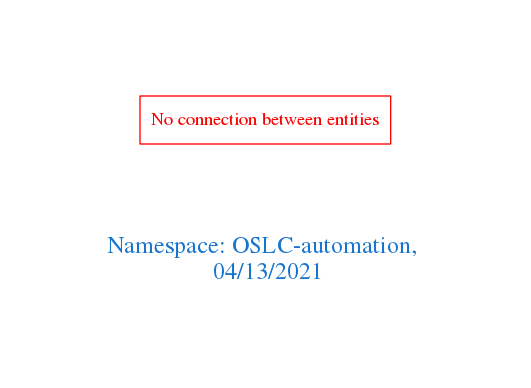
arago/OGIT keeps this Graphviz diagram as downloads/OSLC-automation.png. Above is the earlier version. Its source is kept beside it as downloads/OSLC-automation.dot. Source of this version:
```dot
digraph OGIT_ontology {
 graph [ rankdir= LR,pad=1
fontsize = 18,
fontcolor= dodgerblue3,label = "\n\n\nNamespace: OSLC-automation, \n 04/13/2021"];
node[shape=polygon];
edge [  color="gray81"];

"No connection between entities" [fontcolor = "red",color="red", shape="polygon"]
}
```
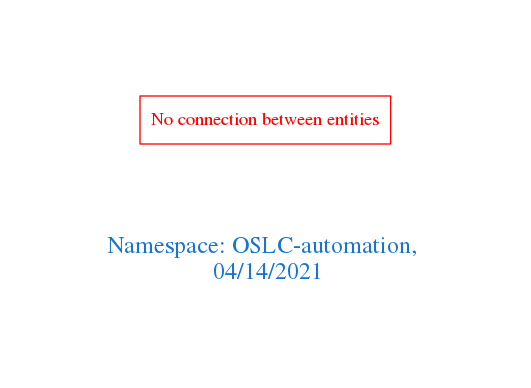
Above is the later version.

Change to the diagram source:
```diff
@@ -1,7 +1,7 @@
 digraph OGIT_ontology {
  graph [ rankdir= LR,pad=1
 fontsize = 18,
-fontcolor= dodgerblue3,label = "\n\n\nNamespace: OSLC-automation, \n 04/13/2021"];
+fontcolor= dodgerblue3,label = "\n\n\nNamespace: OSLC-automation, \n 04/14/2021"];
 node[shape=polygon];
 edge [  color="gray81"];
 
```
